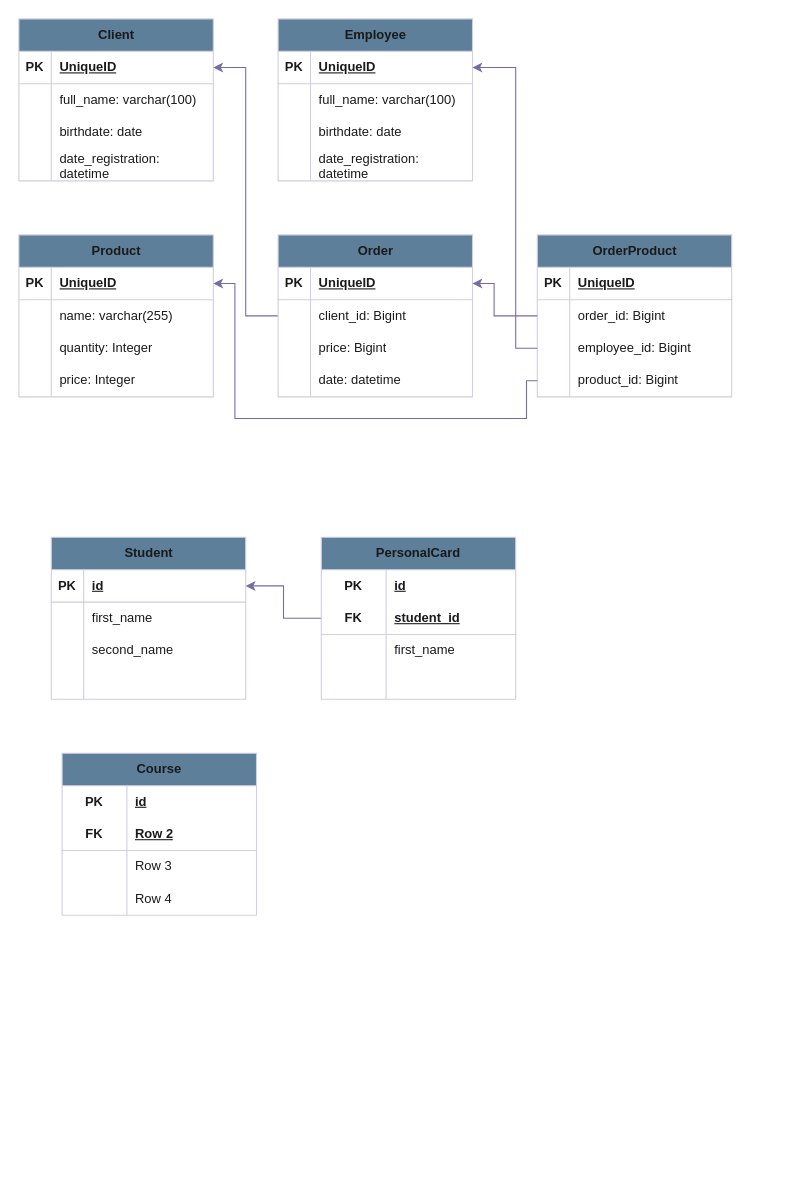
Earlier version of the draw.io diagram page "Страница — 3" (3 of 4) of Диаграмма без названия.drawio (KmvRoman/Diagrams). Source tidied: cells renumbered, new cells numbered last; positions are measured from the earlier drawing's top-left corner, leaving out a move shared by most shapes. Both pictures are drawn from the tidied source at 108%, with x=0, y=0 at pixel (18, 18).
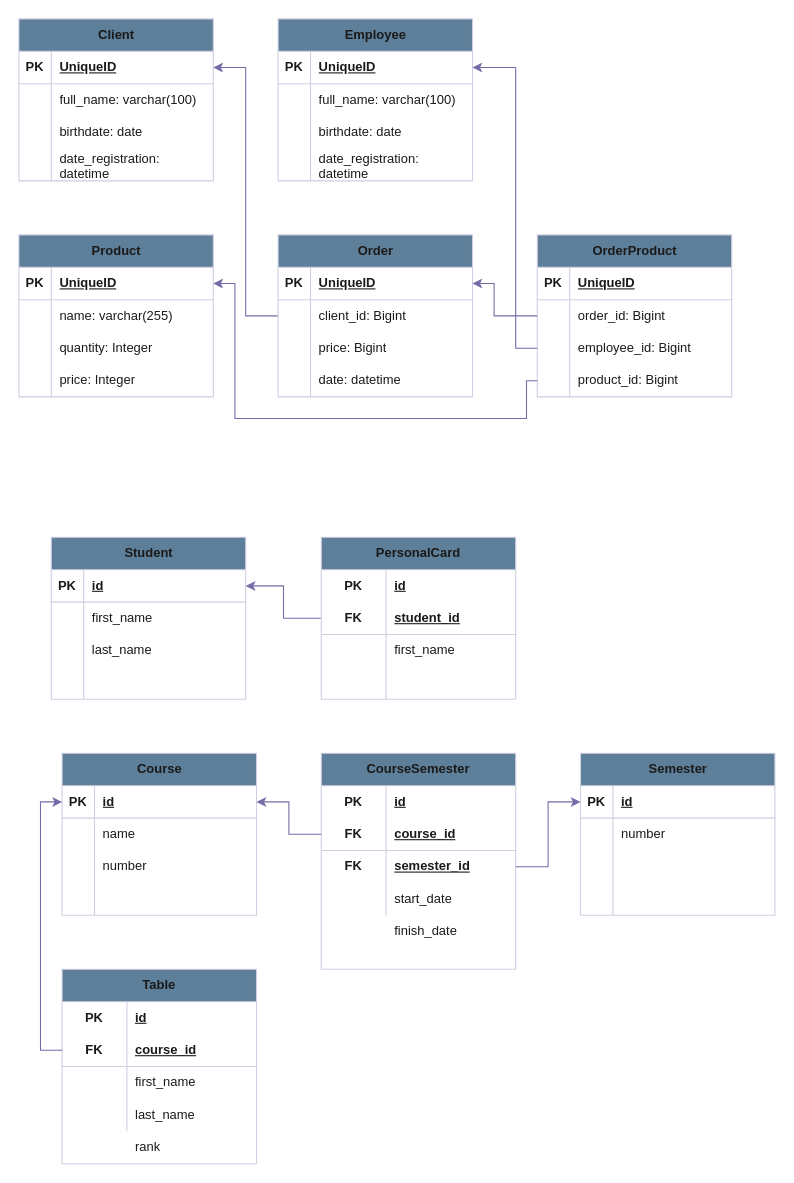
The same diagram, later.

Unchanged cells that the change refers to:
```xml
<mxCell id="78" style="shape=tableRow;horizontal=0;startSize=0;swimlaneHead=0;swimlaneBody=0;fillColor=none;top=0;left=0;right=0;bottom=0;labelBackgroundColor=none;strokeColor=#D0CEE2;fontColor=#1A1A1A;" parent="71" vertex="1">
  <mxGeometry y="90" width="180" height="30" as="geometry" />
</mxCell>
```

Change to the diagram source:
```diff
@@
-    <mxCell id="80" value="second_name" style="shape=partialRectangle;fillColor=none;top=0;left=0;bottom=0;right=0;align=left;spacingLeft=6;overflow=hidden;whiteSpace=wrap;html=1;labelBackgroundColor=none;strokeColor=#D0CEE2;fontColor=#1A1A1A;" parent="78" vertex="1">
+    <mxCell id="80" value="last_name" style="shape=partialRectangle;fillColor=none;top=0;left=0;bottom=0;right=0;align=left;spacingLeft=6;overflow=hidden;whiteSpace=wrap;html=1;labelBackgroundColor=none;strokeColor=#D0CEE2;fontColor=#1A1A1A;" parent="78" vertex="1">
       <mxGeometry x="30" width="150" height="30" as="geometry" />
     </mxCell>
@@
-    <mxCell id="98" value="Course" style="shape=table;startSize=30;childLayout=tableLayout;rowLines=0;fontStyle=1;align=center;html=1;whiteSpace=wrap;strokeColor=#D0CEE2;fontColor=#1A1A1A;fillColor=#5D7F99;" parent="1" vertex="1">
+    <mxCell id="98" value="Course" style="shape=table;startSize=30;childLayout=tableLayout;rowLines=0;fontStyle=1;align=center;html=1;strokeColor=#D0CEE2;fontColor=#1A1A1A;fillColor=#5D7F99;" parent="1" vertex="1">
       <mxGeometry x="40" y="680" width="180" height="150" as="geometry" />
     </mxCell>
-    <mxCell id="99" style="shape=tableRow;horizontal=0;startSize=0;swimlaneHead=0;swimlaneBody=0;fillColor=none;top=0;left=0;right=0;bottom=0;html=1;strokeColor=#D0CEE2;fontColor=#1A1A1A;" parent="98" vertex="1">
-      <mxGeometry y="30" width="180" height="30" as="geometry" />
-    </mxCell>
-    <mxCell id="100" value="PK" style="shape=partialRectangle;fillColor=none;top=0;left=0;bottom=0;right=0;fontStyle=1;overflow=hidden;html=1;whiteSpace=wrap;strokeColor=#D0CEE2;fontColor=#1A1A1A;" parent="99" vertex="1">
-      <mxGeometry width="60" height="30" as="geometry" />
-    </mxCell>
-    <mxCell id="101" value="id" style="shape=partialRectangle;fillColor=none;top=0;left=0;bottom=0;right=0;align=left;spacingLeft=6;fontStyle=5;overflow=hidden;html=1;whiteSpace=wrap;strokeColor=#D0CEE2;fontColor=#1A1A1A;" parent="99" vertex="1">
-      <mxGeometry x="60" width="120" height="30" as="geometry" />
-    </mxCell>
-    <mxCell id="102" style="shape=tableRow;horizontal=0;startSize=0;swimlaneHead=0;swimlaneBody=0;fillColor=none;top=0;left=0;right=0;bottom=1;html=1;strokeColor=#D0CEE2;fontColor=#1A1A1A;" parent="98" vertex="1">
-      <mxGeometry y="60" width="180" height="30" as="geometry" />
-    </mxCell>
-    <mxCell id="103" value="FK" style="shape=partialRectangle;fillColor=none;top=0;left=0;bottom=0;right=0;fontStyle=1;overflow=hidden;html=1;whiteSpace=wrap;strokeColor=#D0CEE2;fontColor=#1A1A1A;" parent="102" vertex="1">
-      <mxGeometry width="60" height="30" as="geometry" />
-    </mxCell>
-    <mxCell id="104" value="Row 2" style="shape=partialRectangle;fillColor=none;top=0;left=0;bottom=0;right=0;align=left;spacingLeft=6;fontStyle=5;overflow=hidden;html=1;whiteSpace=wrap;strokeColor=#D0CEE2;fontColor=#1A1A1A;" parent="102" vertex="1">
-      <mxGeometry x="60" width="120" height="30" as="geometry" />
-    </mxCell>
-    <mxCell id="105" style="shape=tableRow;horizontal=0;startSize=0;swimlaneHead=0;swimlaneBody=0;fillColor=none;top=0;left=0;right=0;bottom=0;html=1;strokeColor=#D0CEE2;fontColor=#1A1A1A;" parent="98" vertex="1">
-      <mxGeometry y="90" width="180" height="30" as="geometry" />
-    </mxCell>
-    <mxCell id="106" style="shape=partialRectangle;fillColor=none;top=0;left=0;bottom=0;right=0;overflow=hidden;html=1;whiteSpace=wrap;strokeColor=#D0CEE2;fontColor=#1A1A1A;" parent="105" vertex="1">
-      <mxGeometry width="60" height="30" as="geometry" />
-    </mxCell>
-    <mxCell id="107" value="Row 3" style="shape=partialRectangle;fillColor=none;top=0;left=0;bottom=0;right=0;align=left;spacingLeft=6;overflow=hidden;html=1;whiteSpace=wrap;strokeColor=#D0CEE2;fontColor=#1A1A1A;" parent="105" vertex="1">
-      <mxGeometry x="60" width="120" height="30" as="geometry" />
-    </mxCell>
-    <mxCell id="108" style="shape=tableRow;horizontal=0;startSize=0;swimlaneHead=0;swimlaneBody=0;fillColor=none;top=0;left=0;right=0;bottom=0;html=1;strokeColor=#D0CEE2;fontColor=#1A1A1A;" parent="98" vertex="1">
-      <mxGeometry y="120" width="180" height="30" as="geometry" />
-    </mxCell>
-    <mxCell id="109" style="shape=partialRectangle;fillColor=none;top=0;left=0;bottom=0;right=0;overflow=hidden;html=1;whiteSpace=wrap;strokeColor=#D0CEE2;fontColor=#1A1A1A;" parent="108" vertex="1">
-      <mxGeometry width="60" height="30" as="geometry" />
-    </mxCell>
-    <mxCell id="110" value="Row 4" style="shape=partialRectangle;fillColor=none;top=0;left=0;bottom=0;right=0;align=left;spacingLeft=6;overflow=hidden;html=1;whiteSpace=wrap;strokeColor=#D0CEE2;fontColor=#1A1A1A;" parent="108" vertex="1">
-      <mxGeometry x="60" width="120" height="30" as="geometry" />
-    </mxCell>
+    <mxCell id="111" style="shape=tableRow;horizontal=0;startSize=0;swimlaneHead=0;swimlaneBody=0;fillColor=none;points=[[0,0.5],[1,0.5]];portConstraint=eastwest;top=0;left=0;right=0;bottom=1;strokeColor=#D0CEE2;fontColor=#1A1A1A;" parent="98" vertex="1">
+      <mxGeometry y="30" width="180" height="30" as="geometry" />
+    </mxCell>
+    <mxCell id="112" value="PK" style="shape=partialRectangle;fillColor=none;top=0;left=0;bottom=0;right=0;fontStyle=1;overflow=hidden;whiteSpace=wrap;html=1;strokeColor=#D0CEE2;fontColor=#1A1A1A;" parent="111" vertex="1">
+      <mxGeometry width="30" height="30" as="geometry" />
+    </mxCell>
+    <mxCell id="113" value="id" style="shape=partialRectangle;fillColor=none;top=0;left=0;bottom=0;right=0;align=left;spacingLeft=6;fontStyle=5;overflow=hidden;whiteSpace=wrap;html=1;strokeColor=#D0CEE2;fontColor=#1A1A1A;" parent="111" vertex="1">
+      <mxGeometry x="30" width="150" height="30" as="geometry" />
+    </mxCell>
+    <mxCell id="114" style="shape=tableRow;horizontal=0;startSize=0;swimlaneHead=0;swimlaneBody=0;fillColor=none;top=0;left=0;right=0;bottom=0;strokeColor=#D0CEE2;fontColor=#1A1A1A;" parent="98" vertex="1">
+      <mxGeometry y="60" width="180" height="30" as="geometry" />
+    </mxCell>
+    <mxCell id="115" style="shape=partialRectangle;fillColor=none;top=0;left=0;bottom=0;right=0;overflow=hidden;whiteSpace=wrap;html=1;strokeColor=#D0CEE2;fontColor=#1A1A1A;" parent="114" vertex="1">
+      <mxGeometry width="30" height="30" as="geometry" />
+    </mxCell>
+    <mxCell id="116" value="name" style="shape=partialRectangle;fillColor=none;top=0;left=0;bottom=0;right=0;align=left;spacingLeft=6;overflow=hidden;whiteSpace=wrap;html=1;strokeColor=#D0CEE2;fontColor=#1A1A1A;" parent="114" vertex="1">
+      <mxGeometry x="30" width="150" height="30" as="geometry" />
+    </mxCell>
+    <mxCell id="117" style="shape=tableRow;horizontal=0;startSize=0;swimlaneHead=0;swimlaneBody=0;fillColor=none;top=0;left=0;right=0;bottom=0;strokeColor=#D0CEE2;fontColor=#1A1A1A;" parent="98" vertex="1">
+      <mxGeometry y="90" width="180" height="30" as="geometry" />
+    </mxCell>
+    <mxCell id="118" style="shape=partialRectangle;fillColor=none;top=0;left=0;bottom=0;right=0;overflow=hidden;whiteSpace=wrap;html=1;strokeColor=#D0CEE2;fontColor=#1A1A1A;" parent="117" vertex="1">
+      <mxGeometry width="30" height="30" as="geometry" />
+    </mxCell>
+    <mxCell id="119" value="number" style="shape=partialRectangle;fillColor=none;top=0;left=0;bottom=0;right=0;align=left;spacingLeft=6;overflow=hidden;whiteSpace=wrap;html=1;strokeColor=#D0CEE2;fontColor=#1A1A1A;" parent="117" vertex="1">
+      <mxGeometry x="30" width="150" height="30" as="geometry" />
+    </mxCell>
+    <mxCell id="120" style="shape=tableRow;horizontal=0;startSize=0;swimlaneHead=0;swimlaneBody=0;fillColor=none;top=0;left=0;right=0;bottom=0;strokeColor=#D0CEE2;fontColor=#1A1A1A;" parent="98" vertex="1">
+      <mxGeometry y="120" width="180" height="30" as="geometry" />
+    </mxCell>
+    <mxCell id="121" style="shape=partialRectangle;fillColor=none;top=0;left=0;bottom=0;right=0;overflow=hidden;whiteSpace=wrap;html=1;strokeColor=#D0CEE2;fontColor=#1A1A1A;" parent="120" vertex="1">
+      <mxGeometry width="30" height="30" as="geometry" />
+    </mxCell>
+    <mxCell id="122" style="shape=partialRectangle;fillColor=none;top=0;left=0;bottom=0;right=0;align=left;spacingLeft=6;overflow=hidden;whiteSpace=wrap;html=1;strokeColor=#D0CEE2;fontColor=#1A1A1A;" parent="120" vertex="1">
+      <mxGeometry x="30" width="150" height="30" as="geometry" />
+    </mxCell>
+    <mxCell id="123" value="CourseSemester" style="shape=table;startSize=30;childLayout=tableLayout;rowLines=0;fontStyle=1;align=center;html=1;whiteSpace=wrap;strokeColor=#D0CEE2;fontColor=#1A1A1A;fillColor=#5D7F99;" parent="1" vertex="1">
+      <mxGeometry x="280" y="680" width="180" height="200" as="geometry" />
+    </mxCell>
+    <mxCell id="124" style="shape=tableRow;horizontal=0;startSize=0;swimlaneHead=0;swimlaneBody=0;fillColor=none;top=0;left=0;right=0;bottom=0;html=1;strokeColor=#D0CEE2;fontColor=#1A1A1A;" parent="123" vertex="1">
+      <mxGeometry y="30" width="180" height="30" as="geometry" />
+    </mxCell>
+    <mxCell id="125" value="PK" style="shape=partialRectangle;fillColor=none;top=0;left=0;bottom=0;right=0;fontStyle=1;overflow=hidden;html=1;whiteSpace=wrap;strokeColor=#D0CEE2;fontColor=#1A1A1A;" parent="124" vertex="1">
+      <mxGeometry width="60" height="30" as="geometry" />
+    </mxCell>
+    <mxCell id="126" value="id" style="shape=partialRectangle;fillColor=none;top=0;left=0;bottom=0;right=0;align=left;spacingLeft=6;fontStyle=5;overflow=hidden;html=1;whiteSpace=wrap;strokeColor=#D0CEE2;fontColor=#1A1A1A;" parent="124" vertex="1">
+      <mxGeometry x="60" width="120" height="30" as="geometry" />
+    </mxCell>
+    <mxCell id="127" style="shape=tableRow;horizontal=0;startSize=0;swimlaneHead=0;swimlaneBody=0;fillColor=none;points=[[0,0.5],[1,0.5]];portConstraint=eastwest;top=0;left=0;right=0;bottom=1;html=1;strokeColor=#D0CEE2;fontColor=#1A1A1A;" parent="123" vertex="1">
+      <mxGeometry y="60" width="180" height="30" as="geometry" />
+    </mxCell>
+    <mxCell id="128" value="FK" style="shape=partialRectangle;fillColor=none;top=0;left=0;bottom=0;right=0;fontStyle=1;overflow=hidden;html=1;whiteSpace=wrap;strokeColor=#D0CEE2;fontColor=#1A1A1A;" parent="127" vertex="1">
+      <mxGeometry width="60" height="30" as="geometry" />
+    </mxCell>
+    <mxCell id="129" value="course_id" style="shape=partialRectangle;fillColor=none;top=0;left=0;bottom=0;right=0;align=left;spacingLeft=6;fontStyle=5;overflow=hidden;html=1;whiteSpace=wrap;strokeColor=#D0CEE2;fontColor=#1A1A1A;" parent="127" vertex="1">
+      <mxGeometry x="60" width="120" height="30" as="geometry" />
+    </mxCell>
+    <mxCell id="130" style="shape=tableRow;horizontal=0;startSize=0;swimlaneHead=0;swimlaneBody=0;fillColor=none;points=[[0,0.5],[1,0.5]];portConstraint=eastwest;top=0;left=0;right=0;bottom=0;html=1;strokeColor=#D0CEE2;fontColor=#1A1A1A;" parent="123" vertex="1">
+      <mxGeometry y="90" width="180" height="30" as="geometry" />
+    </mxCell>
+    <mxCell id="131" style="shape=partialRectangle;fillColor=none;top=0;left=0;bottom=0;right=0;overflow=hidden;html=1;whiteSpace=wrap;strokeColor=#D0CEE2;fontColor=#1A1A1A;" parent="130" vertex="1">
+      <mxGeometry width="60" height="30" as="geometry" />
+    </mxCell>
+    <mxCell id="132" value="&lt;b&gt;&lt;u&gt;semester_id&lt;/u&gt;&lt;/b&gt;" style="shape=partialRectangle;fillColor=none;top=0;left=0;bottom=0;right=0;align=left;spacingLeft=6;overflow=hidden;html=1;whiteSpace=wrap;strokeColor=#D0CEE2;fontColor=#1A1A1A;" parent="130" vertex="1">
+      <mxGeometry x="60" width="120" height="30" as="geometry" />
+    </mxCell>
+    <mxCell id="133" style="shape=tableRow;horizontal=0;startSize=0;swimlaneHead=0;swimlaneBody=0;fillColor=none;top=0;left=0;right=0;bottom=0;html=1;strokeColor=#D0CEE2;fontColor=#1A1A1A;" parent="123" vertex="1">
+      <mxGeometry y="120" width="180" height="30" as="geometry" />
+    </mxCell>
+    <mxCell id="134" style="shape=partialRectangle;fillColor=none;top=0;left=0;bottom=0;right=0;overflow=hidden;html=1;whiteSpace=wrap;strokeColor=#D0CEE2;fontColor=#1A1A1A;" parent="133" vertex="1">
+      <mxGeometry width="60" height="30" as="geometry" />
+    </mxCell>
+    <mxCell id="135" value="start_date" style="shape=partialRectangle;fillColor=none;top=0;left=0;bottom=0;right=0;align=left;spacingLeft=6;overflow=hidden;html=1;whiteSpace=wrap;strokeColor=#D0CEE2;fontColor=#1A1A1A;" parent="133" vertex="1">
+      <mxGeometry x="60" width="120" height="30" as="geometry" />
+    </mxCell>
+    <mxCell id="136" value="FK" style="shape=partialRectangle;fillColor=none;top=0;left=0;bottom=0;right=0;fontStyle=1;overflow=hidden;html=1;whiteSpace=wrap;strokeColor=#D0CEE2;fontColor=#1A1A1A;" parent="1" vertex="1">
+      <mxGeometry x="280" y="770" width="60" height="30" as="geometry" />
+    </mxCell>
+    <mxCell id="137" value="finish_date" style="shape=partialRectangle;fillColor=none;top=0;left=0;bottom=0;right=0;align=left;spacingLeft=6;overflow=hidden;html=1;whiteSpace=wrap;strokeColor=#D0CEE2;fontColor=#1A1A1A;" parent="1" vertex="1">
+      <mxGeometry x="340" y="830" width="120" height="30" as="geometry" />
+    </mxCell>
+    <mxCell id="138" value="Semester" style="shape=table;startSize=30;childLayout=tableLayout;rowLines=0;fontStyle=1;align=center;html=1;strokeColor=#D0CEE2;fontColor=#1A1A1A;fillColor=#5D7F99;" parent="1" vertex="1">
+      <mxGeometry x="520" y="680" width="180" height="150" as="geometry" />
+    </mxCell>
+    <mxCell id="139" style="shape=tableRow;horizontal=0;startSize=0;swimlaneHead=0;swimlaneBody=0;fillColor=none;points=[[0,0.5],[1,0.5]];portConstraint=eastwest;top=0;left=0;right=0;bottom=1;strokeColor=#D0CEE2;fontColor=#1A1A1A;" parent="138" vertex="1">
+      <mxGeometry y="30" width="180" height="30" as="geometry" />
+    </mxCell>
+    <mxCell id="140" value="PK" style="shape=partialRectangle;fillColor=none;top=0;left=0;bottom=0;right=0;fontStyle=1;overflow=hidden;whiteSpace=wrap;html=1;strokeColor=#D0CEE2;fontColor=#1A1A1A;" parent="139" vertex="1">
+      <mxGeometry width="30" height="30" as="geometry" />
+    </mxCell>
+    <mxCell id="141" value="id" style="shape=partialRectangle;fillColor=none;top=0;left=0;bottom=0;right=0;align=left;spacingLeft=6;fontStyle=5;overflow=hidden;whiteSpace=wrap;html=1;strokeColor=#D0CEE2;fontColor=#1A1A1A;" parent="139" vertex="1">
+      <mxGeometry x="30" width="150" height="30" as="geometry" />
+    </mxCell>
+    <mxCell id="142" style="shape=tableRow;horizontal=0;startSize=0;swimlaneHead=0;swimlaneBody=0;fillColor=none;top=0;left=0;right=0;bottom=0;strokeColor=#D0CEE2;fontColor=#1A1A1A;" parent="138" vertex="1">
+      <mxGeometry y="60" width="180" height="30" as="geometry" />
+    </mxCell>
+    <mxCell id="143" style="shape=partialRectangle;fillColor=none;top=0;left=0;bottom=0;right=0;overflow=hidden;whiteSpace=wrap;html=1;strokeColor=#D0CEE2;fontColor=#1A1A1A;" parent="142" vertex="1">
+      <mxGeometry width="30" height="30" as="geometry" />
+    </mxCell>
+    <mxCell id="144" value="number" style="shape=partialRectangle;fillColor=none;top=0;left=0;bottom=0;right=0;align=left;spacingLeft=6;overflow=hidden;whiteSpace=wrap;html=1;strokeColor=#D0CEE2;fontColor=#1A1A1A;" parent="142" vertex="1">
+      <mxGeometry x="30" width="150" height="30" as="geometry" />
+    </mxCell>
+    <mxCell id="145" style="shape=tableRow;horizontal=0;startSize=0;swimlaneHead=0;swimlaneBody=0;fillColor=none;top=0;left=0;right=0;bottom=0;strokeColor=#D0CEE2;fontColor=#1A1A1A;" parent="138" vertex="1">
+      <mxGeometry y="90" width="180" height="30" as="geometry" />
+    </mxCell>
+    <mxCell id="146" style="shape=partialRectangle;fillColor=none;top=0;left=0;bottom=0;right=0;overflow=hidden;whiteSpace=wrap;html=1;strokeColor=#D0CEE2;fontColor=#1A1A1A;" parent="145" vertex="1">
+      <mxGeometry width="30" height="30" as="geometry" />
+    </mxCell>
+    <mxCell id="147" style="shape=partialRectangle;fillColor=none;top=0;left=0;bottom=0;right=0;align=left;spacingLeft=6;overflow=hidden;whiteSpace=wrap;html=1;strokeColor=#D0CEE2;fontColor=#1A1A1A;" parent="145" vertex="1">
+      <mxGeometry x="30" width="150" height="30" as="geometry" />
+    </mxCell>
+    <mxCell id="148" style="shape=tableRow;horizontal=0;startSize=0;swimlaneHead=0;swimlaneBody=0;fillColor=none;top=0;left=0;right=0;bottom=0;strokeColor=#D0CEE2;fontColor=#1A1A1A;" parent="138" vertex="1">
+      <mxGeometry y="120" width="180" height="30" as="geometry" />
+    </mxCell>
+    <mxCell id="149" style="shape=partialRectangle;fillColor=none;top=0;left=0;bottom=0;right=0;overflow=hidden;whiteSpace=wrap;html=1;strokeColor=#D0CEE2;fontColor=#1A1A1A;" parent="148" vertex="1">
+      <mxGeometry width="30" height="30" as="geometry" />
+    </mxCell>
+    <mxCell id="150" style="shape=partialRectangle;fillColor=none;top=0;left=0;bottom=0;right=0;align=left;spacingLeft=6;overflow=hidden;whiteSpace=wrap;html=1;strokeColor=#D0CEE2;fontColor=#1A1A1A;" parent="148" vertex="1">
+      <mxGeometry x="30" width="150" height="30" as="geometry" />
+    </mxCell>
+    <mxCell id="151" style="edgeStyle=orthogonalEdgeStyle;rounded=0;jettySize=auto;html=1;entryX=0;entryY=0.5;entryDx=0;entryDy=0;strokeColor=#736CA8;fontColor=#1A1A1A;" parent="1" edge="1" source="130" target="139">
+      <mxGeometry relative="1" as="geometry" />
+    </mxCell>
+    <mxCell id="152" style="edgeStyle=orthogonalEdgeStyle;rounded=0;jettySize=auto;html=1;entryX=1;entryY=0.5;entryDx=0;entryDy=0;strokeColor=#736CA8;fontColor=#1A1A1A;" parent="1" edge="1" source="127" target="111">
+      <mxGeometry relative="1" as="geometry" />
+    </mxCell>
+    <mxCell id="153" value="Table" style="shape=table;startSize=30;childLayout=tableLayout;rowLines=0;fontStyle=1;align=center;html=1;whiteSpace=wrap;strokeColor=#D0CEE2;fontColor=#1A1A1A;fillColor=#5D7F99;" parent="1" vertex="1">
+      <mxGeometry x="40" y="880" width="180" height="180" as="geometry" />
+    </mxCell>
+    <mxCell id="154" style="shape=tableRow;horizontal=0;startSize=0;swimlaneHead=0;swimlaneBody=0;fillColor=none;top=0;left=0;right=0;bottom=0;html=1;strokeColor=#D0CEE2;fontColor=#1A1A1A;" parent="153" vertex="1">
+      <mxGeometry y="30" width="180" height="30" as="geometry" />
+    </mxCell>
+    <mxCell id="155" value="PK" style="shape=partialRectangle;fillColor=none;top=0;left=0;bottom=0;right=0;fontStyle=1;overflow=hidden;html=1;whiteSpace=wrap;strokeColor=#D0CEE2;fontColor=#1A1A1A;" parent="154" vertex="1">
+      <mxGeometry width="60" height="30" as="geometry" />
+    </mxCell>
+    <mxCell id="156" value="id" style="shape=partialRectangle;fillColor=none;top=0;left=0;bottom=0;right=0;align=left;spacingLeft=6;fontStyle=5;overflow=hidden;html=1;whiteSpace=wrap;strokeColor=#D0CEE2;fontColor=#1A1A1A;" parent="154" vertex="1">
+      <mxGeometry x="60" width="120" height="30" as="geometry" />
+    </mxCell>
+    <mxCell id="157" style="shape=tableRow;horizontal=0;startSize=0;swimlaneHead=0;swimlaneBody=0;fillColor=none;points=[[0,0.5],[1,0.5]];portConstraint=eastwest;top=0;left=0;right=0;bottom=1;html=1;strokeColor=#D0CEE2;fontColor=#1A1A1A;" parent="153" vertex="1">
+      <mxGeometry y="60" width="180" height="30" as="geometry" />
+    </mxCell>
+    <mxCell id="158" value="FK" style="shape=partialRectangle;fillColor=none;top=0;left=0;bottom=0;right=0;fontStyle=1;overflow=hidden;html=1;whiteSpace=wrap;strokeColor=#D0CEE2;fontColor=#1A1A1A;" parent="157" vertex="1">
+      <mxGeometry width="60" height="30" as="geometry" />
+    </mxCell>
+    <mxCell id="159" value="course_id" style="shape=partialRectangle;fillColor=none;top=0;left=0;bottom=0;right=0;align=left;spacingLeft=6;fontStyle=5;overflow=hidden;html=1;whiteSpace=wrap;strokeColor=#D0CEE2;fontColor=#1A1A1A;" parent="157" vertex="1">
+      <mxGeometry x="60" width="120" height="30" as="geometry" />
+    </mxCell>
+    <mxCell id="160" style="shape=tableRow;horizontal=0;startSize=0;swimlaneHead=0;swimlaneBody=0;fillColor=none;top=0;left=0;right=0;bottom=0;html=1;strokeColor=#D0CEE2;fontColor=#1A1A1A;" parent="153" vertex="1">
+      <mxGeometry y="90" width="180" height="30" as="geometry" />
+    </mxCell>
+    <mxCell id="161" style="shape=partialRectangle;fillColor=none;top=0;left=0;bottom=0;right=0;overflow=hidden;html=1;whiteSpace=wrap;strokeColor=#D0CEE2;fontColor=#1A1A1A;" parent="160" vertex="1">
+      <mxGeometry width="60" height="30" as="geometry" />
+    </mxCell>
+    <mxCell id="162" value="first_name" style="shape=partialRectangle;fillColor=none;top=0;left=0;bottom=0;right=0;align=left;spacingLeft=6;overflow=hidden;html=1;whiteSpace=wrap;strokeColor=#D0CEE2;fontColor=#1A1A1A;" parent="160" vertex="1">
+      <mxGeometry x="60" width="120" height="30" as="geometry" />
+    </mxCell>
+    <mxCell id="163" style="shape=tableRow;horizontal=0;startSize=0;swimlaneHead=0;swimlaneBody=0;fillColor=none;top=0;left=0;right=0;bottom=0;html=1;strokeColor=#D0CEE2;fontColor=#1A1A1A;" parent="153" vertex="1">
+      <mxGeometry y="120" width="180" height="30" as="geometry" />
+    </mxCell>
+    <mxCell id="164" style="shape=partialRectangle;fillColor=none;top=0;left=0;bottom=0;right=0;overflow=hidden;html=1;whiteSpace=wrap;strokeColor=#D0CEE2;fontColor=#1A1A1A;" parent="163" vertex="1">
+      <mxGeometry width="60" height="30" as="geometry" />
+    </mxCell>
+    <mxCell id="165" value="last_name" style="shape=partialRectangle;fillColor=none;top=0;left=0;bottom=0;right=0;align=left;spacingLeft=6;overflow=hidden;html=1;whiteSpace=wrap;strokeColor=#D0CEE2;fontColor=#1A1A1A;" parent="163" vertex="1">
+      <mxGeometry x="60" width="120" height="30" as="geometry" />
+    </mxCell>
+    <mxCell id="166" value="rank" style="shape=partialRectangle;fillColor=none;top=0;left=0;bottom=0;right=0;align=left;spacingLeft=6;overflow=hidden;html=1;whiteSpace=wrap;strokeColor=#D0CEE2;fontColor=#1A1A1A;" parent="1" vertex="1">
+      <mxGeometry x="100" y="1030" width="120" height="30" as="geometry" />
+    </mxCell>
+    <mxCell id="167" style="edgeStyle=orthogonalEdgeStyle;rounded=0;jettySize=auto;html=1;entryX=0;entryY=0.5;entryDx=0;entryDy=0;strokeColor=#736CA8;fontColor=#1A1A1A;" parent="1" edge="1" source="157" target="111">
+      <mxGeometry relative="1" as="geometry" />
+    </mxCell>
```
